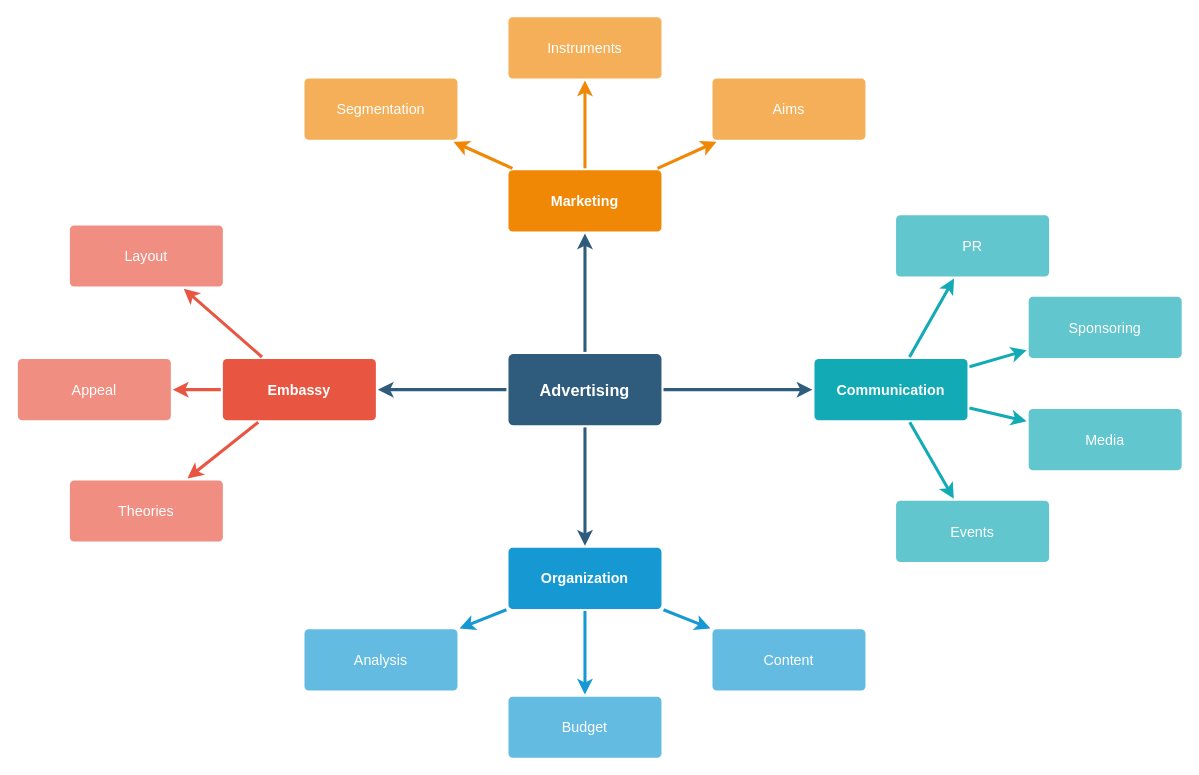
Above: img/Untitled Diagram.drawio in Benjamin142857/Benjamin142857.github.io (draw.io), before the change. Source tidied: cells renumbered, new cells numbered last; positions are measured from the earlier drawing's top-left corner, leaving out a move shared by most shapes. Both pictures are drawn from the tidied source at 102%, with x=0, y=0 at pixel (17, 16).
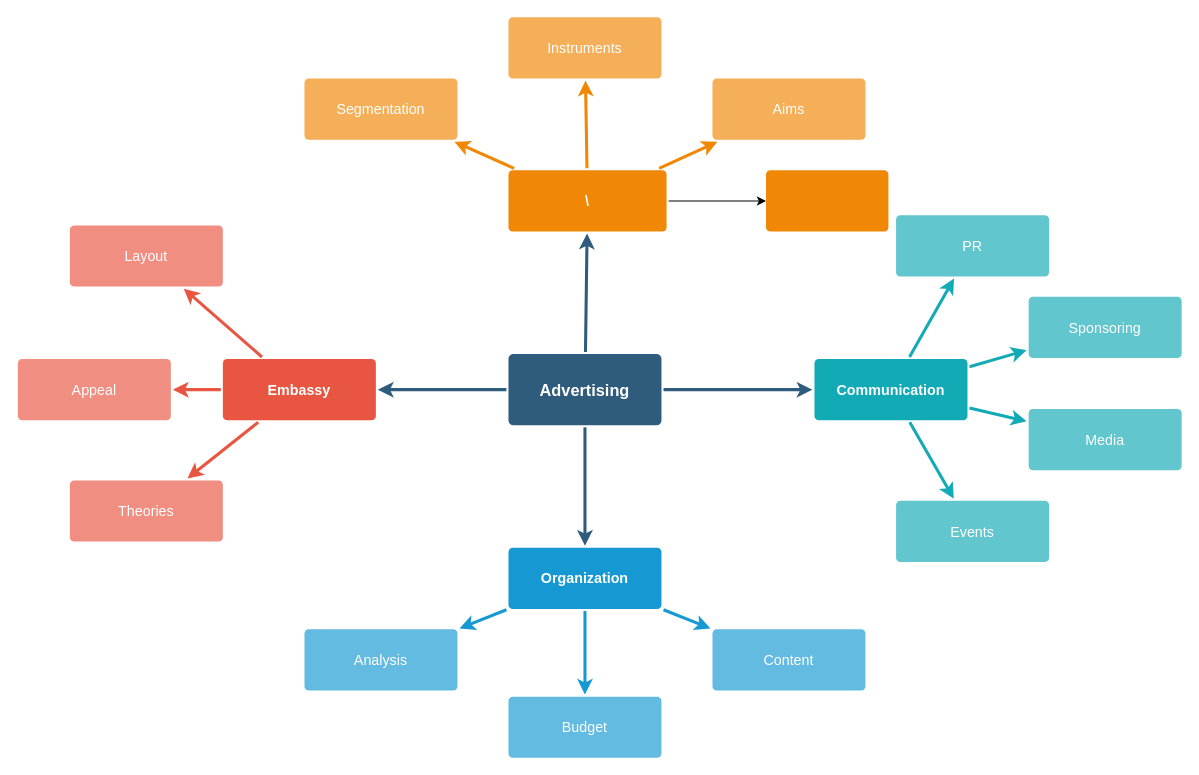
Above is the later version.

Change to the diagram source:
```diff
@@
+    <mxCell id="37" style="edgeStyle=orthogonalEdgeStyle;rounded=0;jettySize=auto;html=1;" parent="1" edge="1" source="21" target="38">
+      <mxGeometry relative="1" as="geometry" />
+    </mxCell>
-    <mxCell id="21" value="Marketing" style="rounded=1;whiteSpace=wrap;html=1;shadow=0;labelBackgroundColor=none;strokeColor=none;strokeWidth=3;fillColor=#F08705;fontFamily=Helvetica;fontSize=14;fontColor=#FFFFFF;align=center;spacing=5;fontStyle=1;arcSize=7;perimeterSpacing=2;" parent="1" vertex="1">
-      <mxGeometry x="481" y="150.5" width="150" height="60" as="geometry" />
+    <mxCell id="21" value="\&lt;br&gt;" style="rounded=1;whiteSpace=wrap;html=1;shadow=0;labelBackgroundColor=none;strokeColor=none;strokeWidth=3;fillColor=#F08705;fontFamily=Helvetica;fontSize=14;fontColor=#FFFFFF;align=center;spacing=5;fontStyle=1;arcSize=7;perimeterSpacing=2;" parent="1" vertex="1">
+      <mxGeometry x="481" y="150.5" width="155" height="60" as="geometry" />
     </mxCell>
@@
+    <mxCell id="38" style="whiteSpace=wrap;html=1;fontSize=14;fillColor=#F08705;strokeColor=none;fontColor=#FFFFFF;rounded=1;shadow=0;labelBackgroundColor=none;strokeWidth=3;spacing=5;fontStyle=1;arcSize=7;" parent="1" vertex="1">
+      <mxGeometry x="733.5" y="150.5" width="120" height="60" as="geometry" />
+    </mxCell>
```
